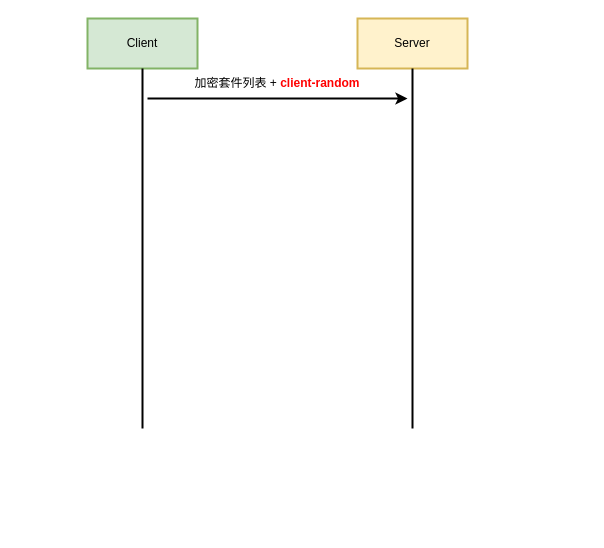
This is https流程.drawio from dasheng667/mygitbook, a draw.io file, before an edit. Source tidied: cells renumbered, new cells numbered last; positions are measured from the earlier drawing's top-left corner, leaving out a move shared by most shapes. Both pictures are drawn from the tidied source at 100%, with x=0, y=0 at pixel (87, 18).
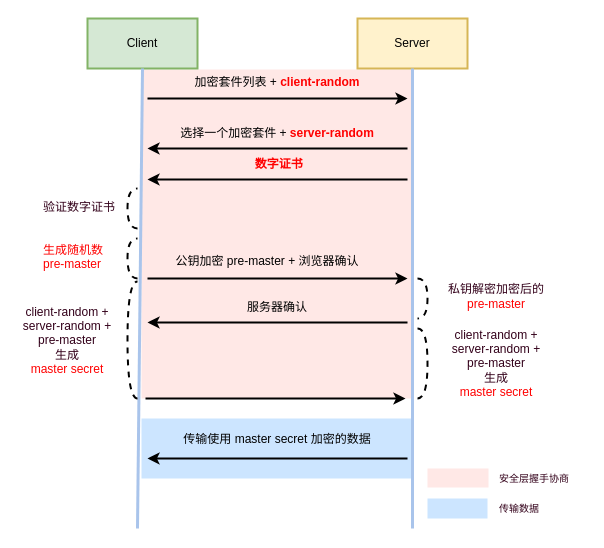
The same diagram, later.

The change refers to these unchanged cells:
```xml
<mxCell id="2" value="Client" style="rounded=0;whiteSpace=wrap;html=1;fillColor=#d5e8d4;strokeColor=#82b366;strokeWidth=2;" parent="1" vertex="1">
  <mxGeometry width="110" height="50" as="geometry" />
</mxCell>
<mxCell id="3" value="Server" style="rounded=0;whiteSpace=wrap;html=1;fillColor=#fff2cc;strokeColor=#d6b656;strokeWidth=2;" parent="1" vertex="1">
  <mxGeometry x="270" width="110" height="50" as="geometry" />
</mxCell>
```

What changed in the source:
```diff
@@
+    <mxCell id="8" style="rounded=0;whiteSpace=wrap;html=1;dashed=1;strokeWidth=2;fillColor=#CCE5FF;strokeColor=none;" parent="1" vertex="1">
+      <mxGeometry x="54" y="400" width="270" height="60" as="geometry" />
+    </mxCell>
+    <mxCell id="9" style="rounded=0;whiteSpace=wrap;html=1;dashed=1;strokeWidth=2;fillColor=#FFE8E6;strokeColor=none;" parent="1" vertex="1">
+      <mxGeometry x="54" y="51" width="270" height="329" as="geometry" />
+    </mxCell>
@@
-    <mxCell id="4" style="endArrow=none;html=1;rounded=0;entryX=0.5;entryY=1;entryDx=0;entryDy=0;strokeWidth=2;" parent="1" edge="1" target="2">
+    <mxCell id="4" style="endArrow=none;html=1;rounded=0;entryX=0.5;entryY=1;entryDx=0;entryDy=0;strokeWidth=3;strokeColor=#A9C4EB;" parent="1" edge="1" target="2">
       <mxGeometry relative="1" as="geometry">
-        <mxPoint x="55" y="410" as="sourcePoint" />
+        <mxPoint x="50" y="510" as="sourcePoint" />
       </mxGeometry>
     </mxCell>
-    <mxCell id="5" style="endArrow=none;html=1;rounded=0;entryX=0.5;entryY=1;entryDx=0;entryDy=0;strokeWidth=2;" parent="1" edge="1" target="3">
+    <mxCell id="5" style="endArrow=none;html=1;rounded=0;entryX=0.5;entryY=1;entryDx=0;entryDy=0;strokeWidth=3;strokeColor=#A9C4EB;" parent="1" edge="1" target="3">
       <mxGeometry relative="1" as="geometry">
-        <mxPoint x="325" y="410" as="sourcePoint" />
+        <mxPoint x="325" y="510" as="sourcePoint" />
       </mxGeometry>
     </mxCell>
@@
     <mxCell id="7" value="加密套件列表 + &lt;font color=&quot;#FF0000&quot;&gt;&lt;b&gt;client-random&lt;/b&gt;&lt;/font&gt;" style="text;html=1;strokeColor=none;fillColor=none;align=center;verticalAlign=middle;whiteSpace=wrap;rounded=0;" parent="1" vertex="1">
-      <mxGeometry x="70" y="50" width="240" height="30" as="geometry" />
+      <mxGeometry x="70" y="54" width="240" height="20" as="geometry" />
     </mxCell>
+    <mxCell id="10" value="选择一个加密套件 + &lt;font color=&quot;#FF0000&quot;&gt;&lt;b&gt;server-random&lt;/b&gt;&lt;/font&gt;" style="text;html=1;strokeColor=none;fillColor=none;align=center;verticalAlign=middle;whiteSpace=wrap;rounded=0;" parent="1" vertex="1">
+      <mxGeometry x="70" y="100" width="240" height="30" as="geometry" />
+    </mxCell>
+    <mxCell id="11" style="endArrow=classic;html=1;rounded=0;strokeWidth=2;" parent="1" edge="1">
+      <mxGeometry relative="1" as="geometry">
+        <mxPoint x="320" y="130" as="sourcePoint" />
+        <mxPoint x="60" y="130" as="targetPoint" />
+      </mxGeometry>
+    </mxCell>
+    <mxCell id="12" value="&amp;nbsp;&lt;font color=&quot;#FF0000&quot;&gt;&lt;b&gt;数字证书&lt;/b&gt;&lt;/font&gt;" style="text;html=1;strokeColor=none;fillColor=none;align=center;verticalAlign=middle;whiteSpace=wrap;rounded=0;" parent="1" vertex="1">
+      <mxGeometry x="70" y="135" width="240" height="22" as="geometry" />
+    </mxCell>
+    <mxCell id="13" style="endArrow=classic;html=1;rounded=0;strokeWidth=2;" parent="1" edge="1">
+      <mxGeometry relative="1" as="geometry">
+        <mxPoint x="320" y="161" as="sourcePoint" />
+        <mxPoint x="60" y="161" as="targetPoint" />
+      </mxGeometry>
+    </mxCell>
+    <mxCell id="14" style="shape=requiredInterface;html=1;verticalLabelPosition=bottom;sketch=0;dashed=1;fontColor=#FF0000;strokeWidth=2;direction=west;" parent="1" vertex="1">
+      <mxGeometry x="40" y="170" width="10" height="40" as="geometry" />
+    </mxCell>
+    <mxCell id="15" value="验证数字证书" style="text;strokeColor=none;fillColor=none;spacingLeft=4;spacingRight=4;overflow=hidden;fontSize=12;dashed=1;fontColor=#33001A;" parent="1" vertex="1">
+      <mxGeometry x="-50" y="175" width="90" height="30" as="geometry" />
+    </mxCell>
+    <mxCell id="16" style="shape=requiredInterface;html=1;verticalLabelPosition=bottom;sketch=0;dashed=1;fontColor=#FF0000;strokeWidth=2;direction=west;" parent="1" vertex="1">
+      <mxGeometry x="40" y="220" width="10" height="40" as="geometry" />
+    </mxCell>
+    <mxCell id="17" value="生成随机数&#10;pre-master" style="text;strokeColor=none;fillColor=none;spacingLeft=4;spacingRight=4;overflow=hidden;fontSize=12;dashed=1;fontColor=#FF0000;" parent="1" vertex="1">
+      <mxGeometry x="-50" y="217.5" width="90" height="45" as="geometry" />
+    </mxCell>
+    <mxCell id="18" style="endArrow=classic;html=1;rounded=0;strokeWidth=2;" parent="1" edge="1">
+      <mxGeometry relative="1" as="geometry">
+        <mxPoint x="60" y="260" as="sourcePoint" />
+        <mxPoint x="320" y="260" as="targetPoint" />
+      </mxGeometry>
+    </mxCell>
+    <mxCell id="19" value="公钥加密 pre-master + 浏览器确认" style="text;html=1;strokeColor=none;fillColor=none;align=center;verticalAlign=middle;whiteSpace=wrap;rounded=0;" parent="1" vertex="1">
+      <mxGeometry x="60" y="225" width="240" height="35" as="geometry" />
+    </mxCell>
+    <mxCell id="20" style="shape=requiredInterface;html=1;verticalLabelPosition=bottom;sketch=0;dashed=1;fontColor=#FF0000;strokeWidth=2;direction=east;" parent="1" vertex="1">
+      <mxGeometry x="330" y="260" width="10" height="40" as="geometry" />
+    </mxCell>
+    <mxCell id="21" value="&lt;div&gt;&lt;font color=&quot;#33001A&quot;&gt;私钥解密加密后的&lt;/font&gt;&lt;/div&gt;&lt;div&gt;pre-master&lt;br&gt;&lt;/div&gt;" style="text;html=1;strokeColor=none;fillColor=none;align=center;verticalAlign=middle;whiteSpace=wrap;rounded=0;dashed=1;fontColor=#FF0000;" parent="1" vertex="1">
+      <mxGeometry x="359" y="263" width="100" height="30" as="geometry" />
+    </mxCell>
+    <mxCell id="22" style="endArrow=classic;html=1;rounded=0;strokeWidth=2;" parent="1" edge="1">
+      <mxGeometry relative="1" as="geometry">
+        <mxPoint x="320" y="304" as="sourcePoint" />
+        <mxPoint x="60" y="304" as="targetPoint" />
+      </mxGeometry>
+    </mxCell>
+    <mxCell id="23" value="服务器确认" style="text;html=1;strokeColor=none;fillColor=none;align=center;verticalAlign=middle;whiteSpace=wrap;rounded=0;" parent="1" vertex="1">
+      <mxGeometry x="70" y="278" width="240" height="21" as="geometry" />
+    </mxCell>
+    <mxCell id="24" style="shape=requiredInterface;html=1;verticalLabelPosition=bottom;sketch=0;dashed=1;fontColor=#FF0000;strokeWidth=2;direction=east;" parent="1" vertex="1">
+      <mxGeometry x="330" y="310" width="10" height="70" as="geometry" />
+    </mxCell>
+    <mxCell id="25" value="&lt;div&gt;&lt;font color=&quot;#33001A&quot;&gt;client-random +&lt;/font&gt;&lt;/div&gt;&lt;div&gt;&lt;font color=&quot;#33001A&quot;&gt;server-random + &lt;br&gt;&lt;/font&gt;&lt;/div&gt;&lt;div&gt;&lt;font color=&quot;#33001A&quot;&gt;pre-master&lt;/font&gt;&lt;/div&gt;&lt;div&gt;&lt;font color=&quot;#33001A&quot;&gt;生成&lt;/font&gt;&lt;/div&gt;&lt;div&gt;master secret&lt;br&gt;&lt;/div&gt;" style="text;html=1;strokeColor=none;fillColor=none;align=center;verticalAlign=middle;whiteSpace=wrap;rounded=0;dashed=1;fontColor=#FF0000;" parent="1" vertex="1">
+      <mxGeometry x="359" y="310" width="100" height="70" as="geometry" />
+    </mxCell>
+    <mxCell id="26" style="shape=requiredInterface;html=1;verticalLabelPosition=bottom;sketch=0;dashed=1;fontColor=#FF0000;strokeWidth=2;direction=west;" parent="1" vertex="1">
+      <mxGeometry x="40" y="263" width="10" height="117" as="geometry" />
+    </mxCell>
+    <mxCell id="27" value="&lt;div&gt;&lt;font color=&quot;#33001A&quot;&gt;client-random +&lt;/font&gt;&lt;/div&gt;&lt;div&gt;&lt;font color=&quot;#33001A&quot;&gt;server-random + &lt;br&gt;&lt;/font&gt;&lt;/div&gt;&lt;div&gt;&lt;font color=&quot;#33001A&quot;&gt;pre-master&lt;/font&gt;&lt;/div&gt;&lt;div&gt;&lt;font color=&quot;#33001A&quot;&gt;生成&lt;/font&gt;&lt;/div&gt;&lt;div&gt;master secret&lt;br&gt;&lt;/div&gt;" style="text;html=1;strokeColor=none;fillColor=none;align=center;verticalAlign=middle;whiteSpace=wrap;rounded=0;dashed=1;fontColor=#FF0000;" parent="1" vertex="1">
+      <mxGeometry x="-70" y="286.5" width="100" height="70" as="geometry" />
+    </mxCell>
+    <mxCell id="28" style="endArrow=classic;html=1;rounded=0;strokeWidth=2;" parent="1" edge="1">
+      <mxGeometry relative="1" as="geometry">
+        <mxPoint x="58" y="380" as="sourcePoint" />
+        <mxPoint x="318" y="380" as="targetPoint" />
+      </mxGeometry>
+    </mxCell>
+    <mxCell id="29" style="endArrow=classic;html=1;rounded=0;strokeWidth=2;" parent="1" edge="1">
+      <mxGeometry relative="1" as="geometry">
+        <mxPoint x="320" y="440" as="sourcePoint" />
+        <mxPoint x="60" y="440" as="targetPoint" />
+      </mxGeometry>
+    </mxCell>
+    <mxCell id="30" value="传输使用 master secret 加密的数据" style="text;html=1;strokeColor=none;fillColor=none;align=center;verticalAlign=middle;whiteSpace=wrap;rounded=0;" parent="1" vertex="1">
+      <mxGeometry x="70" y="410" width="240" height="21" as="geometry" />
+    </mxCell>
+    <mxCell id="31" style="rounded=0;whiteSpace=wrap;html=1;dashed=1;strokeWidth=2;fillColor=#FFE8E6;strokeColor=none;" parent="1" vertex="1">
+      <mxGeometry x="340" y="450" width="61" height="19" as="geometry" />
+    </mxCell>
+    <mxCell id="32" style="rounded=0;whiteSpace=wrap;html=1;dashed=1;strokeWidth=2;fillColor=#CCE5FF;strokeColor=none;" parent="1" vertex="1">
+      <mxGeometry x="340" y="480" width="60" height="20" as="geometry" />
+    </mxCell>
+    <mxCell id="33" value="安全层握手协商" style="text;html=1;strokeColor=none;fillColor=none;align=left;verticalAlign=middle;whiteSpace=wrap;rounded=0;dashed=1;fontColor=#33001A;fontSize=10;" parent="1" vertex="1">
+      <mxGeometry x="410" y="447" width="90" height="25" as="geometry" />
+    </mxCell>
+    <mxCell id="34" value="传输数据" style="text;html=1;strokeColor=none;fillColor=none;align=left;verticalAlign=middle;whiteSpace=wrap;rounded=0;dashed=1;fontColor=#33001A;fontSize=10;" parent="1" vertex="1">
+      <mxGeometry x="410" y="477" width="80" height="25" as="geometry" />
+    </mxCell>
```
